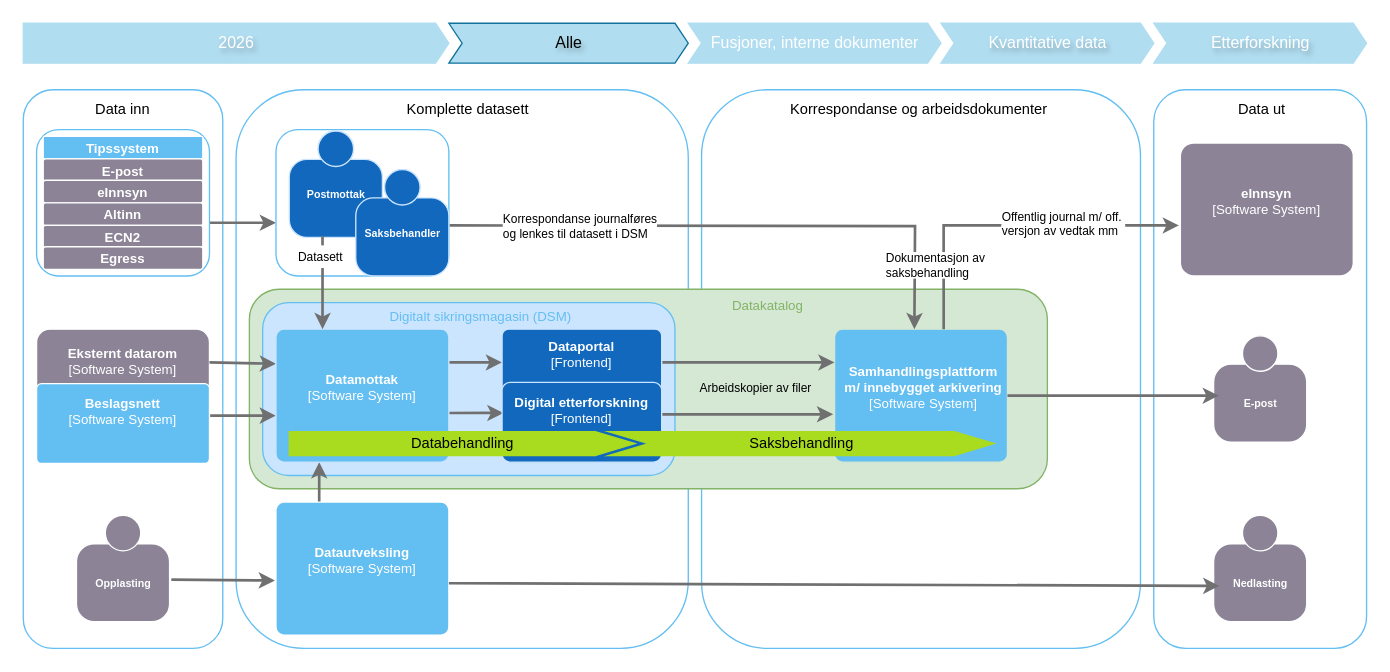
This is page "2028 Alle" (5 of 8) of dataflyt.drawio from mortenee/draw.io, a draw.io file, before an edit. Source tidied: cells renumbered, new cells numbered last; positions are measured from the earlier drawing's top-left corner, leaving out a move shared by most shapes. Both pictures are drawn from the tidied source at 133%, with x=0, y=0 at pixel (23, 23).
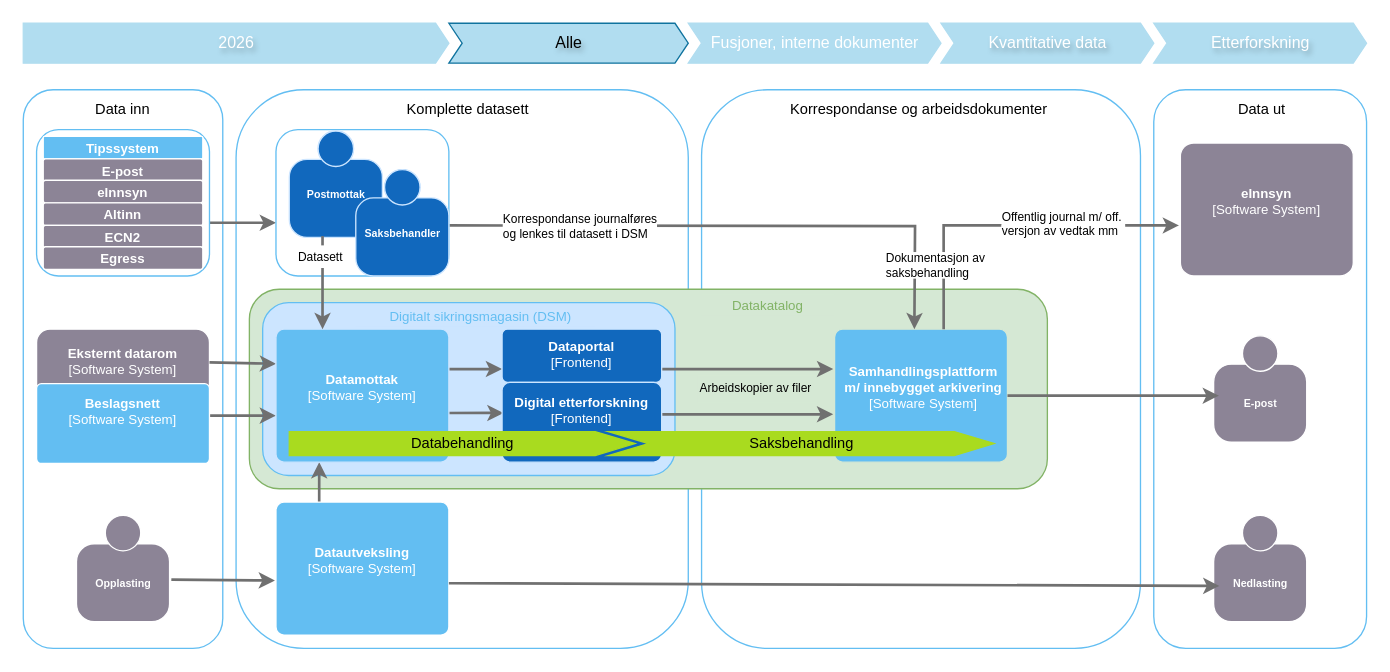
After the change.

Unchanged cells that the change refers to:
```xml
<object id="12" label="&lt;b&gt;%c4Name%&lt;/b&gt;&lt;div&gt;[%c4Type%]&lt;/div&gt;&lt;br&gt;&lt;div&gt;%c4Description%&lt;/div&gt;" c4Description="" c4Name="Samhandlingsplattform m/ innebygget arkivering" c4Type="Software System" placeholders="1">
  <mxCell style="rounded=1;whiteSpace=wrap;html=1;labelBackgroundColor=none;fillColor=#63BEF2;align=center;arcSize=6;strokeColor=#D5E8D4;metaData={&quot;c4Type&quot;:{&quot;editable&quot;:false}};points=[[0.25,0,0],[0.5,0,0],[0.75,0,0],[1,0.25,0],[1,0.5,0],[1,0.75,0],[0.75,1,0],[0.5,1,0],[0.25,1,0],[0,0.75,0],[0,0.5,0],[0,0.25,0]];verticalAlign=middle;fontFamily=Helvetica;fontSize=10;fontColor=#ffffff;spacingLeft=4;" parent="1" vertex="1">
    <mxGeometry x="610" y="230" width="130" height="100" as="geometry" />
  </mxCell>
</object>
<object id="26" label="&lt;font&gt;&lt;b&gt;%c4Name%&lt;/b&gt;&lt;/font&gt;&lt;div&gt;[%c4Type%]&lt;/div&gt;&lt;br&gt;&lt;div&gt;&lt;font&gt;&lt;font color=&quot;#cccccc&quot;&gt;%c4Description%&lt;/font&gt;&lt;/font&gt;&lt;/div&gt;" c4Description="" c4Name="Datamottak" c4Type="Software System" placeholders="1">
  <mxCell style="rounded=1;whiteSpace=wrap;html=1;labelBackgroundColor=none;fillColor=#63BEF2;fontColor=#ffffff;align=center;arcSize=6;strokeColor=#CCE5FF;points=[[0.25,0,0],[0.5,0,0],[0.75,0,0],[1,0.25,0],[1,0.5,0],[1,0.75,0],[0.75,1,0],[0.5,1,0],[0.25,1,0],[0,0.75,0],[0,0.5,0],[0,0.25,0]];spacingBottom=0;verticalAlign=middle;fontFamily=Helvetica;fontSize=10;" parent="1" vertex="1">
    <mxGeometry x="190" y="230" width="130" height="100" as="geometry" />
  </mxCell>
</object>
```

Change to the diagram source:
```diff
@@
-    <mxCell id="16" style="edgeStyle=none;rounded=0;jettySize=auto;html=1;strokeColor=#707070;strokeWidth=2;fontColor=#707070;entryX=0;entryY=0.5;entryDx=0;entryDy=0;entryPerimeter=0;exitX=1;exitY=0.25;exitDx=0;exitDy=0;exitPerimeter=0;" parent="1" edge="1" source="26" target="23">
-      <mxGeometry relative="1" as="geometry">
-        <Array as="points">
-          <mxPoint x="360" y="255" />
-        </Array>
-      </mxGeometry>
+    <mxCell id="16" style="edgeStyle=none;rounded=0;jettySize=auto;html=1;strokeColor=#707070;strokeWidth=2;fontColor=#707070;entryDx=0;entryDy=0;entryPerimeter=0;exitDx=0;exitDy=0;exitPerimeter=0;exitX=1;exitY=0.3;entryX=0;entryY=0.75;" parent="1" edge="1" source="26" target="23">
+      <mxGeometry relative="1" as="geometry" />
     </mxCell>
-    <mxCell id="17" style="edgeStyle=none;rounded=0;jettySize=auto;html=1;strokeColor=#707070;strokeWidth=2;fontColor=#707070;exitX=1;exitY=0.5;exitDx=0;exitDy=0;exitPerimeter=0;entryX=0;entryY=0.25;entryDx=0;entryDy=0;entryPerimeter=0;" parent="1" edge="1" source="23" target="12">
-      <mxGeometry relative="1" as="geometry" />
+    <mxCell id="17" style="edgeStyle=none;rounded=0;jettySize=auto;html=1;strokeColor=#707070;strokeWidth=2;fontColor=#707070;exitX=1;exitY=0.75;exitDx=0;exitDy=0;exitPerimeter=0;" parent="1" edge="1" source="23">
+      <mxGeometry relative="1" as="geometry">
+        <mxPoint x="609" y="260" as="targetPoint" />
+      </mxGeometry>
     </mxCell>
@@
     <object id="23" label="&lt;font&gt;&lt;b&gt;%c4Name%&lt;/b&gt;&lt;/font&gt;&lt;div&gt;[%c4Type%]&lt;/div&gt;&lt;br&gt;&lt;div&gt;&lt;font&gt;&lt;font color=&quot;#cccccc&quot;&gt;%c4Description%&lt;/font&gt;&lt;/font&gt;&lt;/div&gt;" c4Description="" c4Name="Dataportal" c4Type="Frontend" placeholders="1">
-      <mxCell style="rounded=1;whiteSpace=wrap;html=1;labelBackgroundColor=none;fillColor=#1168BD;fontColor=#ffffff;align=center;arcSize=10;strokeColor=#CCE5FF;points=[[0.25,0,0],[0.5,0,0],[0.75,0,0],[1,0.25,0],[1,0.5,0],[1,0.75,0],[0.75,1,0],[0.5,1,0],[0.25,1,0],[0,0.75,0],[0,0.5,0],[0,0.25,0]];spacingBottom=0;verticalAlign=middle;fontFamily=Helvetica;fontSize=10;" parent="1" vertex="1">
-        <mxGeometry x="360" y="230" width="120" height="50" as="geometry" />
+      <mxCell style="rounded=1;whiteSpace=wrap;html=1;labelBackgroundColor=none;fillColor=#1168BD;fontColor=#ffffff;align=center;arcSize=10;strokeColor=#CCE5FF;points=[[0.25,0,0],[0.5,0,0],[0.75,0,0],[1,0.25,0],[1,0.5,0],[1,0.75,0],[0.75,1,0],[0.5,1,0],[0.25,1,0],[0,0.75,0],[0,0.5,0],[0,0.25,0]];spacingBottom=-10;verticalAlign=middle;fontFamily=Helvetica;fontSize=10;" parent="1" vertex="1">
+        <mxGeometry x="360" y="230" width="120" height="40" as="geometry" />
       </mxCell>
     </object>
```
